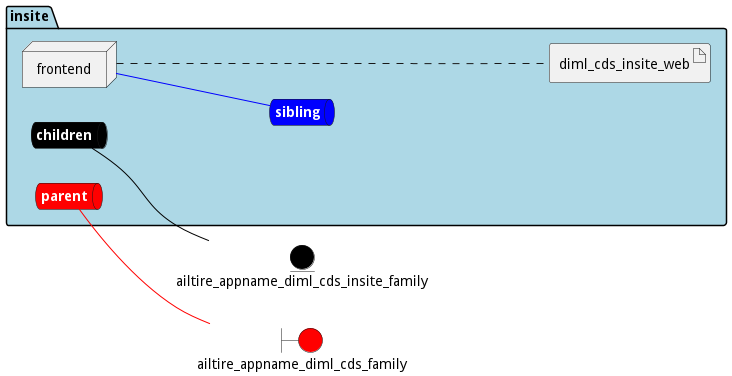
The PlantUML diagram docs/edgemere/diml/cds/insite/envs/test/deployment.png in madajaju/edgemere, before a commit.
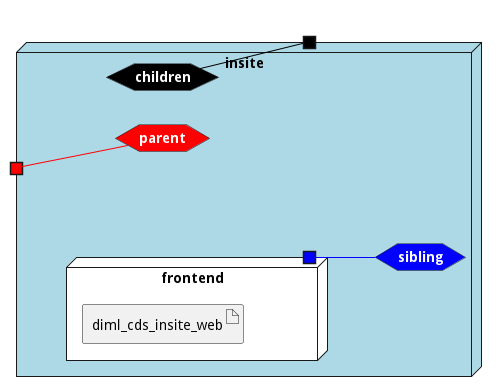
After the change.

The edit, as a diff of the source:
```diff
@@ -3,41 +3,43 @@
 left to right direction
 
 
-boundary ailtire_appname_diml_cds_family #red
-
-
-entity ailtire_appname_diml_cds_insite_family #black
 
 
 
 
-package "insite" #lightblue {
-    queue childrennet #black [
+
+node "insite" #lightblue {
+
+
+    hexagon childrennet #black [
             <b><color:white>children</color></b>
     ]
 
-    childrennet -[#black]- ailtire_appname_diml_cds_insite_family
+    portout " " as childrennetPortOut #black
+    childrennet -[#black]- childrennetPortOut
 
-    queue siblingnet #blue [
+    hexagon siblingnet #blue [
             <b><color:white>sibling</color></b>
     ]
 
-    queue parentnet #red [
+    hexagon parentnet #red [
             <b><color:white>parent</color></b>
     ]
 
-    parentnet -[#red]- ailtire_appname_diml_cds_family
+    portin " " as parentnetPortIn #red
+    parentnetPortIn -[#red]- parentnet
 
 
-node "frontend" as frontendService
+node "frontend" as frontendService #white {
+    portOut " " as frontendServicesiblingnet #blue
+   frontendServicesiblingnet -[#blue]- siblingnet
 
 
-        artifact "diml_cds_insite_web" as diml_cds_insite_webimage
+    artifact "diml_cds_insite_web" as diml_cds_insite_webimage
 
 }
 
-frontendService -[#blue]- siblingnet
-frontendService .... diml_cds_insite_webimage
+}
 
 
 @enduml
```
